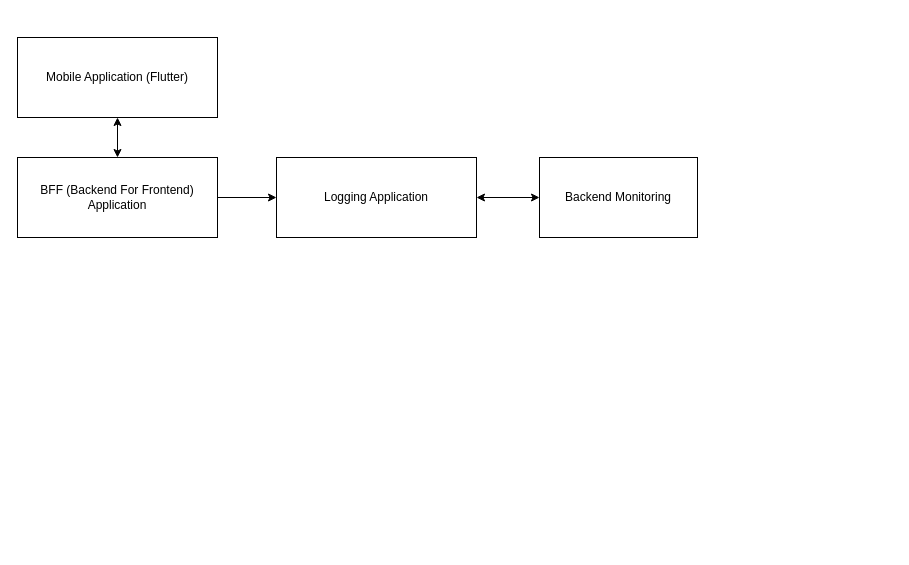
Before: page "HLD" (1 of 2) of chum-app-hld.drawio in yatishpro/chum-app, a draw.io diagram. Source tidied: cells renumbered, new cells numbered last; positions are measured from the earlier drawing's top-left corner, leaving out a move shared by most shapes. Both pictures are drawn from the tidied source at 100%, with x=0, y=0 at pixel (17, 37).
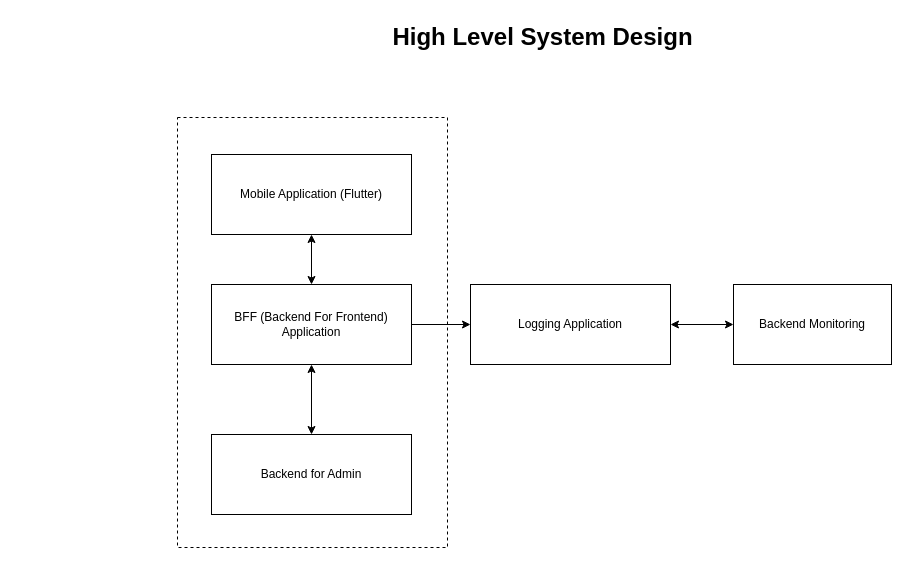
The same page after the edit.

Change to the diagram source:
```diff
@@
 <mxGraphModel>
   <root>
     <mxCell id="0" />
     <mxCell id="1" parent="0" />
+    <mxCell id="9" style="group;" parent="1" vertex="1">
+      <mxGeometry x="160" y="80" width="714" height="430" as="geometry" />
+    </mxCell>
+    <mxCell id="10" style="verticalLabelPosition=bottom;verticalAlign=top;html=1;shape=mxgraph.basic.rect;fillColor2=none;strokeWidth=1;size=20;indent=5;dashed=1;fillColor=none;" parent="9" vertex="1">
+      <mxGeometry width="270" height="430" as="geometry" />
+    </mxCell>
-    <mxCell id="2" value="Mobile Application (Flutter)" style="rounded=0;whiteSpace=wrap;html=1;" parent="1" vertex="1">
-      <mxGeometry width="200" height="80" as="geometry" />
+    <mxCell id="2" value="Mobile Application (Flutter)" style="rounded=0;whiteSpace=wrap;html=1;" parent="9" vertex="1">
+      <mxGeometry x="34" y="37" width="200" height="80" as="geometry" />
     </mxCell>
-    <mxCell id="3" style="edgeStyle=orthogonalEdgeStyle;rounded=0;jettySize=auto;html=1;startArrow=classic;startFill=1;" parent="1" edge="1" source="5" target="2">
+    <mxCell id="3" style="edgeStyle=orthogonalEdgeStyle;rounded=0;jettySize=auto;html=1;startArrow=classic;startFill=1;" parent="9" edge="1" source="5" target="2">
       <mxGeometry relative="1" as="geometry" />
     </mxCell>
+    <mxCell id="5" value="BFF (Backend For Frontend) Application" style="rounded=0;whiteSpace=wrap;html=1;" parent="9" vertex="1">
+      <mxGeometry x="34" y="167" width="200" height="80" as="geometry" />
+    </mxCell>
+    <mxCell id="7" value="Logging Application" style="rounded=0;whiteSpace=wrap;html=1;" parent="9" vertex="1">
+      <mxGeometry x="293" y="167" width="200" height="80" as="geometry" />
+    </mxCell>
-    <mxCell id="4" style="edgeStyle=orthogonalEdgeStyle;rounded=0;jettySize=auto;html=1;entryX=0;entryY=0.5;entryDx=0;entryDy=0;" parent="1" edge="1" source="5" target="7">
+    <mxCell id="4" style="edgeStyle=orthogonalEdgeStyle;rounded=0;jettySize=auto;html=1;entryX=0;entryY=0.5;entryDx=0;entryDy=0;" parent="9" edge="1" source="5" target="7">
       <mxGeometry relative="1" as="geometry" />
     </mxCell>
-    <mxCell id="5" value="BFF (Backend For Frontend) Application" style="rounded=0;whiteSpace=wrap;html=1;" parent="1" vertex="1">
-      <mxGeometry y="120" width="200" height="80" as="geometry" />
-    </mxCell>
+    <mxCell id="8" value="Backend Monitoring" style="rounded=0;whiteSpace=wrap;html=1;" parent="9" vertex="1">
+      <mxGeometry x="556" y="167" width="158" height="80" as="geometry" />
+    </mxCell>
-    <mxCell id="6" style="edgeStyle=orthogonalEdgeStyle;rounded=0;jettySize=auto;html=1;startArrow=classic;startFill=1;" parent="1" edge="1" source="7" target="8">
+    <mxCell id="6" style="edgeStyle=orthogonalEdgeStyle;rounded=0;jettySize=auto;html=1;startArrow=classic;startFill=1;" parent="9" edge="1" source="7" target="8">
       <mxGeometry relative="1" as="geometry" />
     </mxCell>
-    <mxCell id="7" value="Logging Application" style="rounded=0;whiteSpace=wrap;html=1;" parent="1" vertex="1">
-      <mxGeometry x="259" y="120" width="200" height="80" as="geometry" />
-    </mxCell>
-    <mxCell id="8" value="Backend Monitoring" style="rounded=0;whiteSpace=wrap;html=1;" parent="1" vertex="1">
-      <mxGeometry x="522" y="120" width="158" height="80" as="geometry" />
-    </mxCell>
+    <mxCell id="11" value="Backend for Admin" style="rounded=0;whiteSpace=wrap;html=1;" parent="9" vertex="1">
+      <mxGeometry x="34" y="317" width="200" height="80" as="geometry" />
+    </mxCell>
+    <mxCell id="12" style="edgeStyle=orthogonalEdgeStyle;rounded=0;jettySize=auto;html=1;startArrow=classic;startFill=1;" parent="9" edge="1" source="5" target="11">
+      <mxGeometry relative="1" as="geometry" />
+    </mxCell>
+    <mxCell id="13" value="High Level System Design" style="text;strokeColor=none;fillColor=none;html=1;fontSize=24;fontStyle=1;verticalAlign=middle;align=center;" parent="1" vertex="1">
+      <mxGeometry x="475" y="-20" width="100" height="40" as="geometry" />
+    </mxCell>
   </root>
 </mxGraphModel>
```
